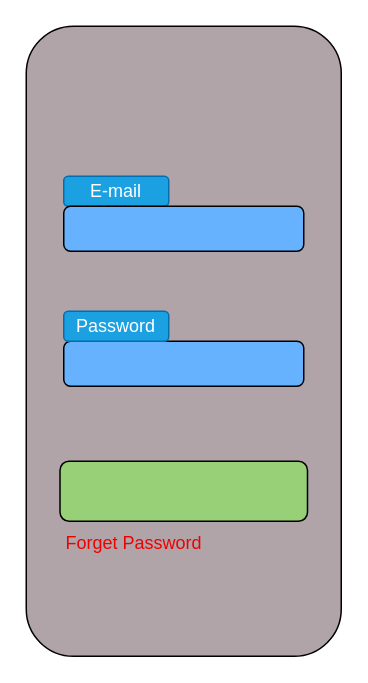
Above: Resturant Application.drawio in MoaazGaballah/resturant_application (draw.io), before the change. Source tidied: cells renumbered, new cells numbered last; positions are measured from the earlier drawing's top-left corner, leaving out a move shared by most shapes. Both pictures are drawn from the tidied source at 150%, with x=0, y=0 at pixel (26, 26).
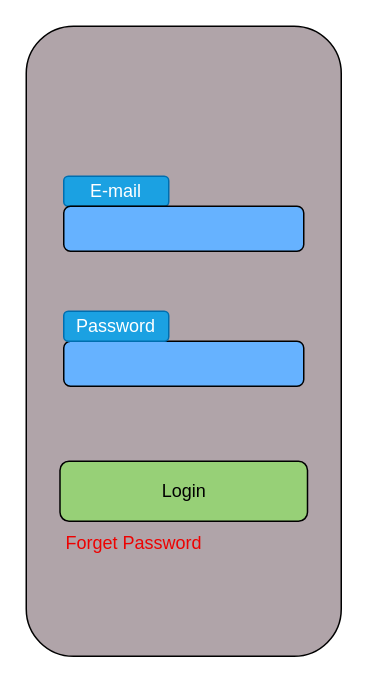
The same diagram, later.

Commit message:
Login word had been added

Diff of the diagram source:
```diff
@@
 <mxGraphModel>
   <root>
     <mxCell id="0" />
     <mxCell id="1" parent="0" />
     <mxCell id="2" style="rounded=1;whiteSpace=wrap;html=1;fillColor=#B0A4A9;" parent="1" vertex="1">
       <mxGeometry width="210" height="420" as="geometry" />
     </mxCell>
     <mxCell id="3" style="rounded=1;whiteSpace=wrap;html=1;fillColor=#66B2FF;" parent="1" vertex="1">
       <mxGeometry x="25" y="210" width="160" height="30" as="geometry" />
     </mxCell>
     <mxCell id="4" value="E-mail" style="rounded=1;whiteSpace=wrap;html=1;fillColor=#1ba1e2;fontColor=#ffffff;strokeColor=#006EAF;" parent="1" vertex="1">
       <mxGeometry x="25" y="100" width="70" height="20" as="geometry" />
     </mxCell>
     <mxCell id="5" style="rounded=1;whiteSpace=wrap;html=1;fillColor=#66B2FF;" parent="1" vertex="1">
       <mxGeometry x="25" y="120" width="160" height="30" as="geometry" />
     </mxCell>
     <mxCell id="6" value="Password" style="rounded=1;whiteSpace=wrap;html=1;fillColor=#1ba1e2;fontColor=#ffffff;strokeColor=#006EAF;" parent="1" vertex="1">
       <mxGeometry x="25" y="190" width="70" height="20" as="geometry" />
     </mxCell>
-    <mxCell id="7" style="rounded=1;whiteSpace=wrap;html=1;fillColor=#97D077;" parent="1" vertex="1">
+    <mxCell id="7" value="Login" style="rounded=1;whiteSpace=wrap;html=1;fillColor=#97D077;" parent="1" vertex="1">
       <mxGeometry x="22.5" y="290" width="165" height="40" as="geometry" />
     </mxCell>
     <mxCell id="8" value="Forget Password" style="text;html=1;strokeColor=none;fillColor=none;align=center;verticalAlign=middle;whiteSpace=wrap;rounded=0;fontColor=#ed0202;" parent="1" vertex="1">
       <mxGeometry x="22.5" y="330" width="97.5" height="30" as="geometry" />
     </mxCell>
   </root>
 </mxGraphModel>
```
